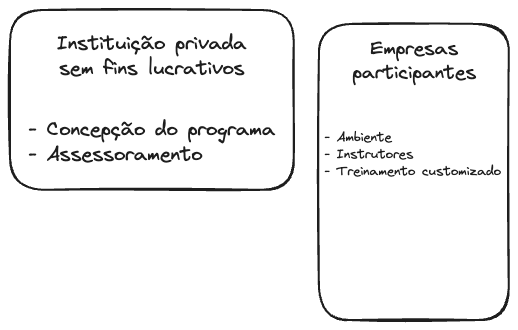
Earlier version of the Excalidraw export pareamento/img/programa.excalidraw.png (albersonmiranda/politicas_publicas). Source tidied: one line per element, renumbered; positions are measured from the earlier drawing's top-left corner, leaving out a move shared by most shapes. The source it was exported from:
```json
{"id": 0, "type": "rectangle", "strokeColor": "#1e1e1e", "strokeWidth": 2, "roughness": 1, "round": true, "x": 309, "y": 14, "width": 190, "height": 296}
{"id": 1, "type": "text", "text": "Empresas\nparticipantes\n", "strokeColor": "#1e1e1e", "strokeWidth": 2, "roughness": 1, "fontSize": 19.41, "fontFamily": 1, "textAlign": "center", "x": 342, "y": 27, "width": 124, "height": 73}
{"id": 2, "type": "text", "text": "- Ambiente\n- Instrutores\n- Treinamento customizado", "strokeColor": "#1e1e1e", "strokeWidth": 2, "roughness": 1, "fontSize": 13.32, "fontFamily": 1, "x": 315, "y": 121, "width": 176, "height": 50}
{"id": 3, "type": "rectangle", "strokeColor": "#1e1e1e", "strokeWidth": 2, "roughness": 1, "round": true, "x": 0, "y": 0, "width": 284, "height": 180}
{"id": 4, "type": "text", "text": "Instituição privada\nsem fins lucrativos", "strokeColor": "#1e1e1e", "strokeWidth": 2, "roughness": 1, "fontSize": 20, "fontFamily": 1, "textAlign": "center", "x": 47, "y": 21, "width": 190, "height": 50}
{"id": 5, "type": "text", "text": "- Concepção do programa\n- Assessoramento", "strokeColor": "#1e1e1e", "strokeWidth": 2, "roughness": 1, "fontSize": 20, "fontFamily": 1, "x": 18, "y": 107, "width": 247, "height": 50}
```
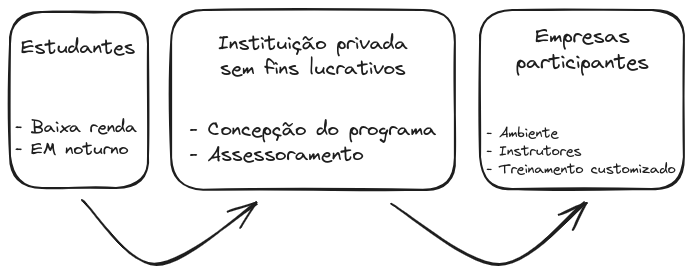
Later version of the same file.

Commit message:
Finalizando diagrama do programa

The edit, as a diff of the source:
```diff
@@ -1,6 +1,11 @@
-{"id": 0, "type": "rectangle", "strokeColor": "#1e1e1e", "strokeWidth": 2, "roughness": 1, "round": true, "x": 309, "y": 14, "width": 190, "height": 296}
+{"id": 0, "type": "rectangle", "strokeColor": "#1e1e1e", "strokeWidth": 2, "roughness": 1, "round": true, "x": 308, "y": 0, "width": 204, "height": 179}
-{"id": 1, "type": "text", "text": "Empresas\nparticipantes\n", "strokeColor": "#1e1e1e", "strokeWidth": 2, "roughness": 1, "fontSize": 19.41, "fontFamily": 1, "textAlign": "center", "x": 342, "y": 27, "width": 124, "height": 73}
+{"id": 1, "type": "text", "text": "Empresas\nparticipantes\n", "strokeColor": "#1e1e1e", "strokeWidth": 2, "roughness": 1, "fontSize": 20.84, "fontFamily": 1, "textAlign": "center", "x": 344, "y": 14, "width": 133, "height": 78}
-{"id": 2, "type": "text", "text": "- Ambiente\n- Instrutores\n- Treinamento customizado", "strokeColor": "#1e1e1e", "strokeWidth": 2, "roughness": 1, "fontSize": 13.32, "fontFamily": 1, "x": 315, "y": 121, "width": 176, "height": 50}
+{"id": 2, "type": "text", "text": "- Ambiente\n- Instrutores\n- Treinamento customizado", "strokeColor": "#1e1e1e", "strokeWidth": 2, "roughness": 1, "fontSize": 14.3, "fontFamily": 1, "x": 314, "y": 115, "width": 189, "height": 54}
-{"id": 3, "type": "rectangle", "strokeColor": "#1e1e1e", "strokeWidth": 2, "roughness": 1, "round": true, "x": 0, "y": 0, "width": 284, "height": 180}
+{"id": 3, "type": "rectangle", "strokeColor": "#1e1e1e", "strokeWidth": 2, "roughness": 1, "round": true, "x": -1, "y": 0, "width": 284, "height": 180}
-{"id": 4, "type": "text", "text": "Instituição privada\nsem fins lucrativos", "strokeColor": "#1e1e1e", "strokeWidth": 2, "roughness": 1, "fontSize": 20, "fontFamily": 1, "textAlign": "center", "x": 47, "y": 21, "width": 190, "height": 50}
+{"id": 4, "type": "text", "text": "Instituição privada\nsem fins lucrativos", "strokeColor": "#1e1e1e", "strokeWidth": 2, "roughness": 1, "fontSize": 20, "fontFamily": 1, "textAlign": "center", "x": 46, "y": 21, "width": 190, "height": 50}
-{"id": 5, "type": "text", "text": "- Concepção do programa\n- Assessoramento", "strokeColor": "#1e1e1e", "strokeWidth": 2, "roughness": 1, "fontSize": 20, "fontFamily": 1, "x": 18, "y": 107, "width": 247, "height": 50}
+{"id": 5, "type": "text", "text": "- Concepção do programa\n- Assessoramento", "strokeColor": "#1e1e1e", "strokeWidth": 2, "roughness": 1, "fontSize": 20, "fontFamily": 1, "x": 17, "y": 107, "width": 247, "height": 50}
+{"id": 6, "type": "rectangle", "strokeColor": "#1e1e1e", "strokeWidth": 2, "roughness": 1, "round": true, "x": -162, "y": 2, "width": 138, "height": 176}
+{"id": 7, "type": "text", "text": "Estudantes\n", "strokeColor": "#1e1e1e", "strokeWidth": 2, "roughness": 1, "fontSize": 20, "fontFamily": 1, "x": -151, "y": 25, "width": 114, "height": 50}
+{"id": 8, "type": "text", "text": "- Baixa renda\n- EM noturno", "strokeColor": "#1e1e1e", "strokeWidth": 2, "roughness": 1, "fontSize": 17.6, "fontFamily": 1, "x": -157, "y": 107, "width": 122, "height": 44}
+{"id": 9, "type": "arrow", "strokeColor": "#1e1e1e", "strokeWidth": 2, "roughness": 1, "endArrowhead": "arrow", "round": true, "from": 6, "to": 3, "x": -89, "y": 191, "width": 173, "height": 63, "points": [[0, 0], [72, 63], [173, 2]]}
+{"id": 10, "type": "arrow", "strokeColor": "#1e1e1e", "strokeWidth": 2, "roughness": 1, "endArrowhead": "arrow", "round": true, "from": 3, "to": 0, "x": 221, "y": 195, "width": 192, "height": 62, "points": [[0, 0], [107, 60], [192, -2]]}
```
